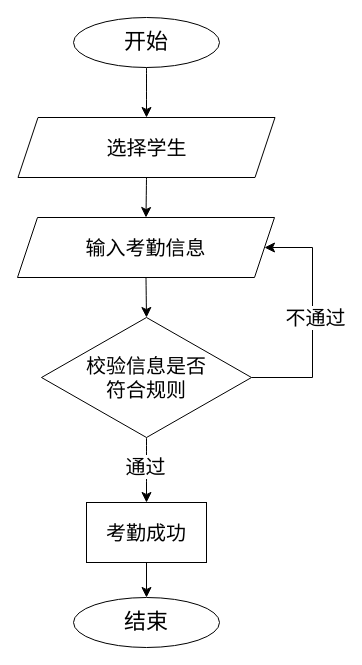
yuglei/design keeps this draw.io diagram as page "教师对学生考勤流程图" (28 of 47) of 系统结构图.drawio. Above is the earlier version. Source tidied: cells renumbered, new cells numbered last; positions are measured from the earlier drawing's top-left corner, leaving out a move shared by most shapes. Both pictures are drawn from the tidied source at 100%, with x=0, y=0 at pixel (17, 17).
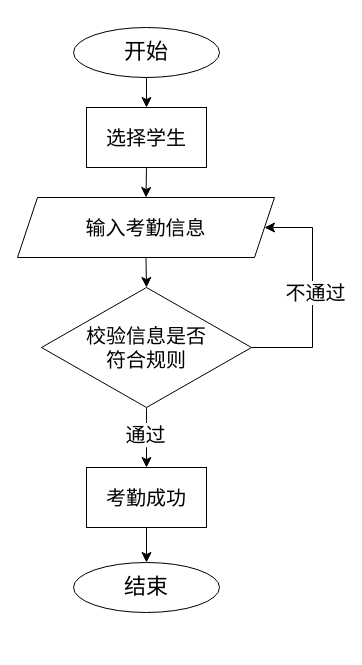
After the change.

Diff of the diagram source:
```diff
@@
 <mxGraphModel>
   <root>
     <mxCell id="0" />
     <mxCell id="1" parent="0" />
-    <mxCell id="2" style="edgeStyle=none;curved=1;rounded=0;jettySize=auto;html=1;exitX=0.5;exitY=1;exitDx=0;exitDy=0;fontSize=12;startSize=8;endSize=8;" parent="1" edge="1" source="3" target="5">
+    <mxCell id="2" style="edgeStyle=none;curved=1;rounded=0;jettySize=auto;html=1;exitX=0.5;exitY=1;exitDx=0;exitDy=0;entryX=0.5;entryY=0;entryDx=0;entryDy=0;fontSize=12;startSize=8;endSize=8;" parent="1" edge="1" source="3" target="5">
       <mxGeometry relative="1" as="geometry" />
     </mxCell>
     <mxCell id="3" value="&lt;font style=&quot;font-size: 22px;&quot;&gt;开始&lt;/font&gt;" style="ellipse;whiteSpace=wrap;html=1;" parent="1" vertex="1">
-      <mxGeometry x="56" width="146" height="50" as="geometry" />
+      <mxGeometry x="56" y="10" width="146" height="50" as="geometry" />
     </mxCell>
-    <mxCell id="4" style="edgeStyle=none;curved=1;rounded=0;jettySize=auto;html=1;exitX=0.5;exitY=1;exitDx=0;exitDy=0;entryX=0.5;entryY=0;entryDx=0;entryDy=0;fontSize=12;startSize=8;endSize=8;" parent="1" edge="1" source="5" target="12">
-      <mxGeometry relative="1" as="geometry" />
-    </mxCell>
-    <mxCell id="5" value="&lt;span style=&quot;font-size: 20px;&quot;&gt;选择学生&lt;/span&gt;" style="shape=parallelogram;perimeter=parallelogramPerimeter;whiteSpace=wrap;html=1;fixedSize=1;" parent="1" vertex="1">
-      <mxGeometry x="0.5" y="100" width="257" height="60" as="geometry" />
-    </mxCell>
     <mxCell id="6" style="edgeStyle=none;curved=1;rounded=0;jettySize=auto;html=1;fontSize=12;startSize=8;endSize=8;exitX=0.5;exitY=1;exitDx=0;exitDy=0;" parent="1" edge="1" source="15" target="9">
       <mxGeometry relative="1" as="geometry" />
     </mxCell>
     <mxCell id="7" value="&lt;font style=&quot;font-size: 20px;&quot;&gt;通过&lt;/font&gt;" style="edgeLabel;html=1;align=center;verticalAlign=middle;fontSize=12;" parent="6" vertex="1">
       <mxGeometry x="-0.15" y="-2" relative="1" as="geometry" />
     </mxCell>
     <mxCell id="8" style="edgeStyle=orthogonalEdgeStyle;rounded=0;jettySize=auto;html=1;exitX=0.5;exitY=1;exitDx=0;exitDy=0;fontSize=12;startSize=8;endSize=8;entryX=0.5;entryY=0;entryDx=0;entryDy=0;" parent="1" edge="1" source="9" target="10">
       <mxGeometry relative="1" as="geometry" />
     </mxCell>
     <mxCell id="9" value="&lt;font style=&quot;font-size: 20px;&quot;&gt;考勤成功&lt;/font&gt;" style="rounded=0;whiteSpace=wrap;html=1;" parent="1" vertex="1">
-      <mxGeometry x="69" y="485" width="120" height="60" as="geometry" />
+      <mxGeometry x="69" y="450" width="120" height="60" as="geometry" />
     </mxCell>
     <mxCell id="10" value="&lt;font style=&quot;font-size: 22px;&quot;&gt;结束&lt;/font&gt;" style="ellipse;whiteSpace=wrap;html=1;" parent="1" vertex="1">
-      <mxGeometry x="56" y="580" width="146" height="50" as="geometry" />
+      <mxGeometry x="56" y="545" width="146" height="50" as="geometry" />
     </mxCell>
     <mxCell id="11" style="edgeStyle=none;curved=1;rounded=0;jettySize=auto;html=1;exitX=0.5;exitY=1;exitDx=0;exitDy=0;entryX=0.5;entryY=0;entryDx=0;entryDy=0;fontSize=12;startSize=8;endSize=8;" parent="1" edge="1" source="12" target="15">
       <mxGeometry relative="1" as="geometry" />
     </mxCell>
     <mxCell id="12" value="&lt;span style=&quot;font-size: 20px;&quot;&gt;输入考勤信息&lt;/span&gt;" style="shape=parallelogram;perimeter=parallelogramPerimeter;whiteSpace=wrap;html=1;fixedSize=1;" parent="1" vertex="1">
-      <mxGeometry y="200" width="257" height="60" as="geometry" />
+      <mxGeometry y="180" width="257" height="60" as="geometry" />
     </mxCell>
     <mxCell id="13" style="edgeStyle=orthogonalEdgeStyle;rounded=0;jettySize=auto;html=1;exitX=1;exitY=0.5;exitDx=0;exitDy=0;entryX=1;entryY=0.5;entryDx=0;entryDy=0;fontSize=12;startSize=8;endSize=8;" parent="1" edge="1" source="15" target="12">
       <mxGeometry relative="1" as="geometry">
         <Array as="points">
-          <mxPoint x="295" y="360" />
-          <mxPoint x="295" y="230" />
+          <mxPoint x="295" y="330" />
+          <mxPoint x="295" y="210" />
         </Array>
       </mxGeometry>
     </mxCell>
     <mxCell id="14" value="&lt;font style=&quot;font-size: 20px;&quot;&gt;不通过&lt;/font&gt;" style="edgeLabel;html=1;align=center;verticalAlign=middle;fontSize=12;" parent="13" vertex="1">
       <mxGeometry x="0.02" y="-2" relative="1" as="geometry" />
     </mxCell>
     <mxCell id="15" value="&lt;span style=&quot;font-size: 20px;&quot;&gt;校验信息是否&lt;/span&gt;&lt;div&gt;&lt;span style=&quot;font-size: 20px;&quot;&gt;符合规则&lt;/span&gt;&lt;/div&gt;" style="rhombus;whiteSpace=wrap;html=1;" parent="1" vertex="1">
-      <mxGeometry x="24" y="300" width="210" height="120" as="geometry" />
+      <mxGeometry x="24" y="270" width="210" height="120" as="geometry" />
     </mxCell>
+    <mxCell id="4" style="edgeStyle=none;curved=1;rounded=0;jettySize=auto;html=1;exitX=0.5;exitY=1;exitDx=0;exitDy=0;fontSize=12;startSize=8;endSize=8;entryX=0.5;entryY=0;entryDx=0;entryDy=0;" parent="1" edge="1" source="5" target="12">
+      <mxGeometry relative="1" as="geometry" />
+    </mxCell>
+    <mxCell id="5" value="&lt;font style=&quot;font-size: 20px;&quot;&gt;选择学生&lt;/font&gt;" style="rounded=0;whiteSpace=wrap;html=1;" parent="1" vertex="1">
+      <mxGeometry x="69" y="90" width="120" height="60" as="geometry" />
+    </mxCell>
   </root>
 </mxGraphModel>
```
